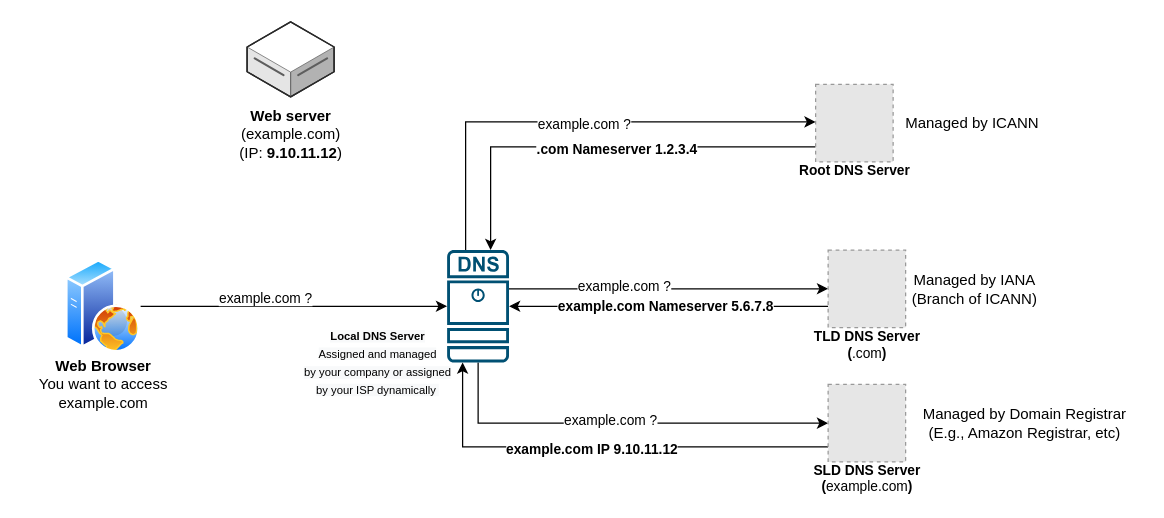
aditya109/journey-aws-cloud-architect keeps this draw.io diagram as 07-route-53/assets/route-53.drawio. Above is the earlier version. Source tidied: cells renumbered, new cells numbered last; positions are measured from the earlier drawing's top-left corner, leaving out a move shared by most shapes. Both pictures are drawn from the tidied source at 125%, with x=0, y=0 at pixel (21, 21). Pictures stored in the file or linked from it are replaced by grey dashed boxes.
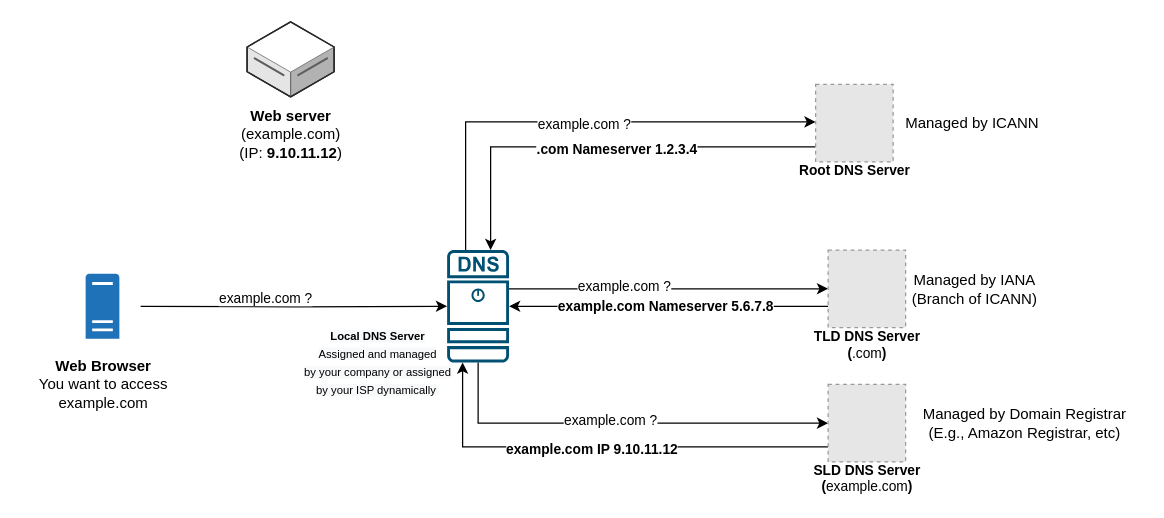
The same page after the edit.

The change refers to these unchanged cells:
```xml
<mxCell id="10" style="sketch=0;points=[[0.015,0.015,0],[0.985,0.015,0],[0.985,0.985,0],[0.015,0.985,0],[0.25,0,0],[0.5,0,0],[0.75,0,0],[1,0.25,0],[1,0.5,0],[1,0.75,0],[0.75,1,0],[0.5,1,0],[0.25,1,0],[0,0.75,0],[0,0.5,0],[0,0.25,0]];verticalLabelPosition=bottom;html=1;verticalAlign=top;align=center;shape=mxgraph.cisco19.dns_server;fillColor=#005073;strokeColor=none;" parent="1" vertex="1">
  <mxGeometry x="340.2" y="182.5" width="49.5" height="90" as="geometry" />
</mxCell>
<mxCell id="12" style="group;" parent="1" vertex="1">
  <mxGeometry y="190" width="130" height="130" as="geometry" />
</mxCell>
```

Diff of the diagram source:
```diff
@@
-    <mxCell id="13" style="perimeter=ellipsePerimeter;html=1;align=center;shadow=0;dashed=0;spacingTop=3;image;image=img/lib/active_directory/web_server.svg;" parent="12" vertex="1">
-      <mxGeometry x="35" width="60" height="75" as="geometry" />
-    </mxCell>
@@
+    <mxCell id="29" style="sketch=0;shadow=0;dashed=0;html=1;strokeColor=none;labelPosition=center;verticalLabelPosition=bottom;verticalAlign=top;align=center;shape=mxgraph.office.servers.physical_host;fillColor=#2072B8;fontSize=9;fontColor=#000000;" parent="12" vertex="1">
+      <mxGeometry x="51" y="11.5" width="27" height="52" as="geometry" />
+    </mxCell>
-    <mxCell id="15" style="edgeStyle=orthogonalEdgeStyle;rounded=0;jettySize=auto;html=1;entryX=0;entryY=0.5;entryDx=0;entryDy=0;entryPerimeter=0;fontColor=#000000;" parent="1" edge="1" source="13" target="10">
-      <mxGeometry relative="1" as="geometry" />
+    <mxCell id="15" style="edgeStyle=orthogonalEdgeStyle;rounded=0;jettySize=auto;html=1;entryX=0;entryY=0.5;entryDx=0;entryDy=0;entryPerimeter=0;fontColor=#000000;" parent="1" edge="1" target="10">
+      <mxGeometry relative="1" as="geometry">
+        <mxPoint x="95" y="227.5" as="sourcePoint" />
+      </mxGeometry>
     </mxCell>
```
